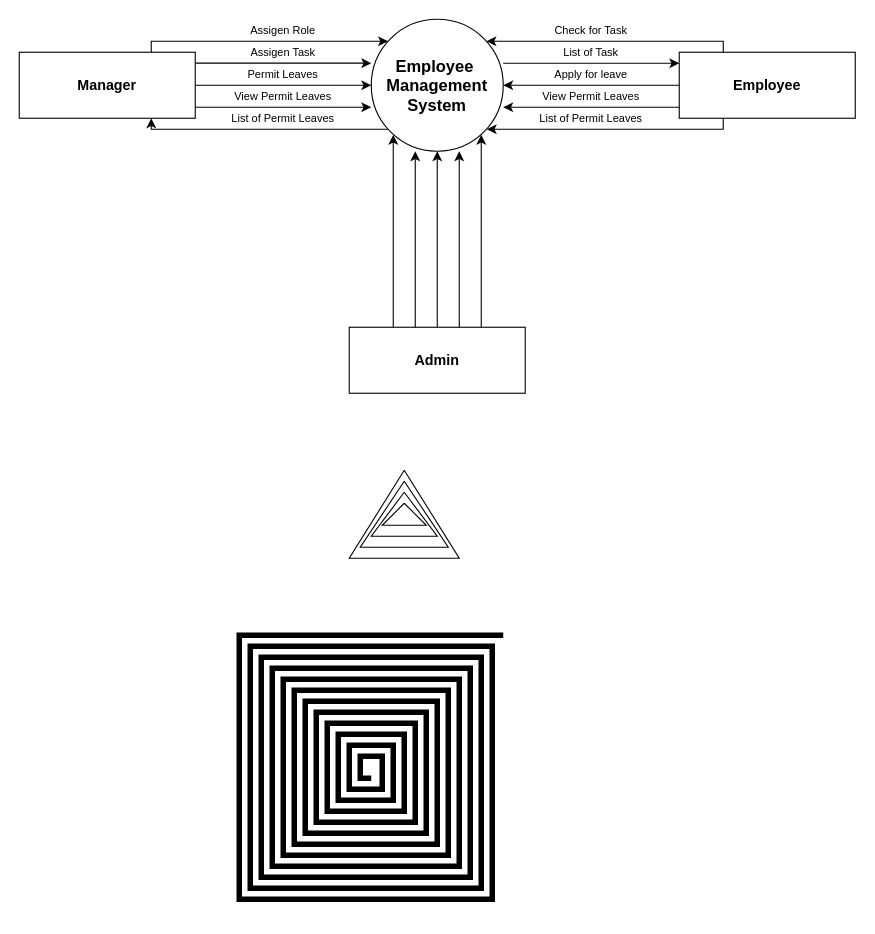
Above: page "DFD-Level-0" (11 of 13) of B.Tech/SEM - 4/SE/Diagrams.drawio in Gaurav1665/Computer-Engineering (draw.io), before the change. Source tidied: cells renumbered, new cells numbered last; positions are measured from the earlier drawing's top-left corner, leaving out a move shared by most shapes. Both pictures are drawn from the tidied source at 110%, with x=0, y=0 at pixel (19, 19).
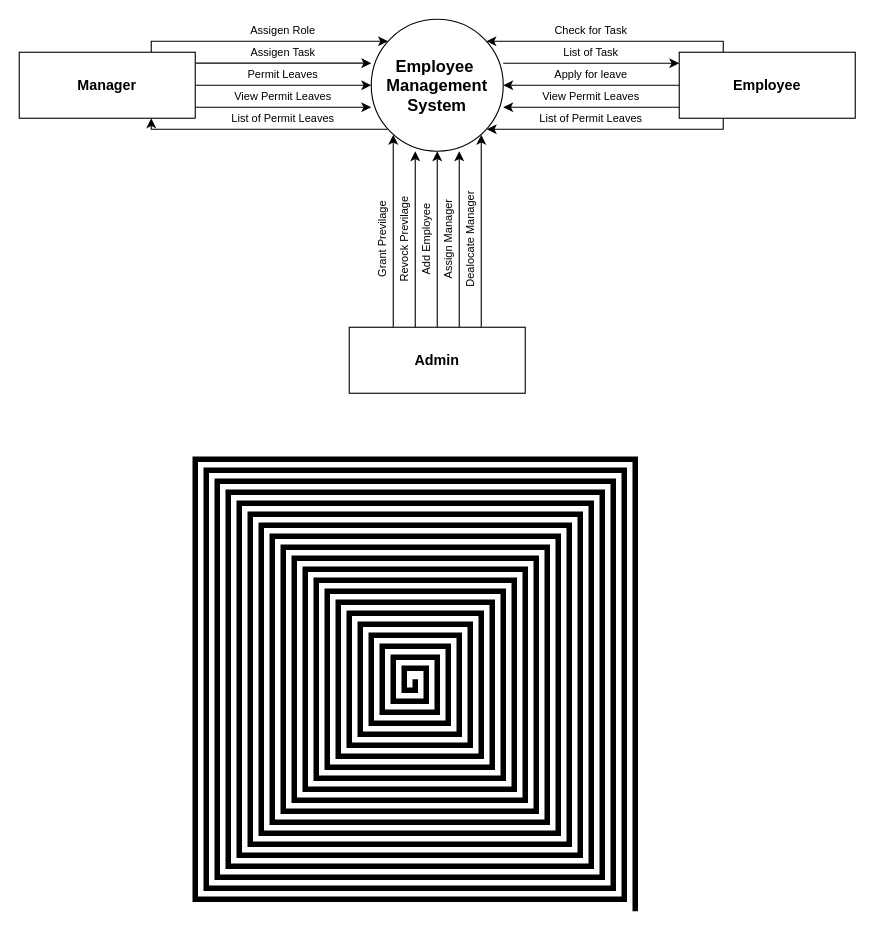
The same diagram, later.

What changed in the source:
```diff
@@
     <mxCell id="19" style="edgeStyle=orthogonalEdgeStyle;rounded=0;orthogonalLoop=1;jettySize=auto;html=1;endArrow=none;endFill=0;strokeWidth=5;fillColor=#ffe6cc;strokeColor=#000000;" parent="1" edge="1">
       <mxGeometry relative="1" as="geometry">
-        <mxPoint x="440" y="560" as="sourcePoint" />
-        <mxPoint x="320" y="690" as="targetPoint" />
+        <mxPoint x="560" y="811" as="sourcePoint" />
+        <mxPoint x="360" y="600" as="targetPoint" />
         <Array as="points">
-          <mxPoint x="200" y="560" />
-          <mxPoint x="200" y="800" />
-          <mxPoint x="430" y="800" />
-          <mxPoint x="430" y="570" />
-          <mxPoint x="210" y="570" />
-          <mxPoint x="210" y="790" />
-          <mxPoint x="420" y="790" />
-          <mxPoint x="420" y="580" />
-          <mxPoint x="220" y="580" />
-          <mxPoint x="220" y="780" />
-          <mxPoint x="410" y="780" />
-          <mxPoint x="410" y="590" />
-          <mxPoint x="230" y="590" />
-          <mxPoint x="230" y="770" />
-          <mxPoint x="400" y="770" />
-          <mxPoint x="400" y="600" />
-          <mxPoint x="240" y="600" />
-          <mxPoint x="240" y="760" />
-          <mxPoint x="390" y="760" />
-          <mxPoint x="390" y="610" />
-          <mxPoint x="250" y="610" />
-          <mxPoint x="250" y="750" />
-          <mxPoint x="380" y="750" />
-          <mxPoint x="380" y="620" />
-          <mxPoint x="260" y="620" />
-          <mxPoint x="260" y="740" />
-          <mxPoint x="370" y="740" />
-          <mxPoint x="370" y="630" />
-          <mxPoint x="270" y="630" />
-          <mxPoint x="270" y="730" />
-          <mxPoint x="360" y="730" />
-          <mxPoint x="360" y="640" />
-          <mxPoint x="280" y="640" />
-          <mxPoint x="280" y="720" />
-          <mxPoint x="350" y="720" />
-          <mxPoint x="350" y="650" />
-          <mxPoint x="290" y="650" />
-          <mxPoint x="290" y="710" />
-          <mxPoint x="340" y="710" />
-          <mxPoint x="340" y="660" />
+          <mxPoint x="160" y="400" />
+          <mxPoint x="160" y="800" />
+          <mxPoint x="550" y="800" />
+          <mxPoint x="550" y="410" />
+          <mxPoint x="170" y="410" />
+          <mxPoint x="170" y="790" />
+          <mxPoint x="540" y="790" />
+          <mxPoint x="540" y="420" />
+          <mxPoint x="180" y="420" />
+          <mxPoint x="180" y="780" />
+          <mxPoint x="530" y="780" />
+          <mxPoint x="530" y="430" />
+          <mxPoint x="190" y="430" />
+          <mxPoint x="190" y="770" />
+          <mxPoint x="520" y="770" />
+          <mxPoint x="520" y="440" />
+          <mxPoint x="200" y="440" />
+          <mxPoint x="200" y="760" />
+          <mxPoint x="510" y="760" />
+          <mxPoint x="510" y="450" />
+          <mxPoint x="210" y="450" />
+          <mxPoint x="210" y="750" />
+          <mxPoint x="500" y="750" />
+          <mxPoint x="500" y="460" />
+          <mxPoint x="220" y="460" />
+          <mxPoint x="220" y="740" />
+          <mxPoint x="490" y="740" />
+          <mxPoint x="490" y="470" />
+          <mxPoint x="230" y="470" />
+          <mxPoint x="230" y="730" />
+          <mxPoint x="480" y="730" />
+          <mxPoint x="480" y="480" />
+          <mxPoint x="240" y="480" />
+          <mxPoint x="240" y="720" />
+          <mxPoint x="470" y="720" />
+          <mxPoint x="470" y="490" />
+          <mxPoint x="250" y="490" />
+          <mxPoint x="250" y="710" />
+          <mxPoint x="460" y="710" />
+          <mxPoint x="460" y="500" />
+          <mxPoint x="260" y="500" />
+          <mxPoint x="260" y="700" />
+          <mxPoint x="450" y="700" />
+          <mxPoint x="450" y="510" />
+          <mxPoint x="270" y="510" />
+          <mxPoint x="270" y="690" />
+          <mxPoint x="440" y="690" />
+          <mxPoint x="440" y="520" />
+          <mxPoint x="280" y="520" />
+          <mxPoint x="280" y="680" />
+          <mxPoint x="430" y="680" />
+          <mxPoint x="430" y="530" />
+          <mxPoint x="290" y="530" />
+          <mxPoint x="290" y="670" />
+          <mxPoint x="420" y="670" />
+          <mxPoint x="420" y="540" />
+          <mxPoint x="300" y="540" />
           <mxPoint x="300" y="660" />
-          <mxPoint x="300" y="700" />
-          <mxPoint x="330" y="700" />
-          <mxPoint x="330" y="670" />
-          <mxPoint x="310" y="670" />
-          <mxPoint x="310" y="690" />
+          <mxPoint x="410" y="660" />
+          <mxPoint x="410" y="550" />
+          <mxPoint x="310" y="550" />
+          <mxPoint x="310" y="650" />
+          <mxPoint x="400" y="650" />
+          <mxPoint x="400" y="560" />
+          <mxPoint x="320" y="560" />
+          <mxPoint x="320" y="640" />
+          <mxPoint x="390" y="640" />
+          <mxPoint x="390" y="570" />
+          <mxPoint x="330" y="570" />
+          <mxPoint x="330" y="630" />
+          <mxPoint x="380" y="630" />
+          <mxPoint x="380" y="580" />
+          <mxPoint x="340" y="580" />
+          <mxPoint x="340" y="620" />
+          <mxPoint x="370" y="620" />
+          <mxPoint x="370" y="590" />
+          <mxPoint x="350" y="590" />
+          <mxPoint x="350" y="610" />
+          <mxPoint x="360" y="610" />
         </Array>
       </mxGeometry>
     </mxCell>
@@
-    <mxCell id="32" style="endArrow=none;html=1;rounded=0;" parent="1" edge="1">
-      <mxGeometry relative="1" as="geometry">
-        <mxPoint x="350" y="420" as="sourcePoint" />
-        <mxPoint x="350" y="420" as="targetPoint" />
-        <Array as="points">
-          <mxPoint x="390" y="480" />
-          <mxPoint x="310" y="480" />
-        </Array>
-      </mxGeometry>
-    </mxCell>
-    <mxCell id="33" style="endArrow=none;html=1;rounded=0;" parent="1" edge="1">
-      <mxGeometry relative="1" as="geometry">
-        <mxPoint x="350" y="430" as="sourcePoint" />
-        <mxPoint x="350" y="430" as="targetPoint" />
-        <Array as="points">
-          <mxPoint x="380" y="470" />
-          <mxPoint x="320" y="470" />
-        </Array>
-      </mxGeometry>
-    </mxCell>
-    <mxCell id="34" style="endArrow=none;html=1;rounded=0;" parent="1" edge="1">
-      <mxGeometry relative="1" as="geometry">
-        <mxPoint x="350" y="440" as="sourcePoint" />
-        <mxPoint x="350" y="440" as="targetPoint" />
-        <Array as="points">
-          <mxPoint x="370" y="460" />
-          <mxPoint x="330" y="460" />
-        </Array>
-      </mxGeometry>
-    </mxCell>
-    <mxCell id="35" style="endArrow=none;html=1;rounded=0;" parent="1" edge="1">
-      <mxGeometry relative="1" as="geometry">
-        <mxPoint x="350" y="410" as="sourcePoint" />
-        <mxPoint x="350" y="410" as="targetPoint" />
-        <Array as="points">
-          <mxPoint x="400" y="490" />
-          <mxPoint x="300" y="490" />
-        </Array>
-      </mxGeometry>
-    </mxCell>
+    <mxCell id="36" value="Add Employee" style="text;html=1;strokeColor=none;fillColor=none;align=center;verticalAlign=middle;whiteSpace=wrap;rounded=0;fontSize=10;rotation=270;" parent="1" vertex="1">
+      <mxGeometry x="290" y="190" width="160" height="20" as="geometry" />
+    </mxCell>
+    <mxCell id="37" value="Grant Previlage" style="text;html=1;strokeColor=none;fillColor=none;align=center;verticalAlign=middle;whiteSpace=wrap;rounded=0;fontSize=10;rotation=270;" parent="1" vertex="1">
+      <mxGeometry x="250" y="190" width="160" height="20" as="geometry" />
+    </mxCell>
+    <mxCell id="38" value="Revock&amp;nbsp;Previlage" style="text;html=1;strokeColor=none;fillColor=none;align=center;verticalAlign=middle;whiteSpace=wrap;rounded=0;fontSize=10;rotation=270;" parent="1" vertex="1">
+      <mxGeometry x="270" y="190" width="160" height="20" as="geometry" />
+    </mxCell>
+    <mxCell id="39" value="Assign Manager" style="text;html=1;strokeColor=none;fillColor=none;align=center;verticalAlign=middle;whiteSpace=wrap;rounded=0;fontSize=10;rotation=270;" parent="1" vertex="1">
+      <mxGeometry x="310" y="190" width="160" height="20" as="geometry" />
+    </mxCell>
+    <mxCell id="40" value="Dealocate Manager" style="text;html=1;strokeColor=none;fillColor=none;align=center;verticalAlign=middle;whiteSpace=wrap;rounded=0;fontSize=10;rotation=270;" parent="1" vertex="1">
+      <mxGeometry x="330" y="190" width="160" height="20" as="geometry" />
+    </mxCell>
```
